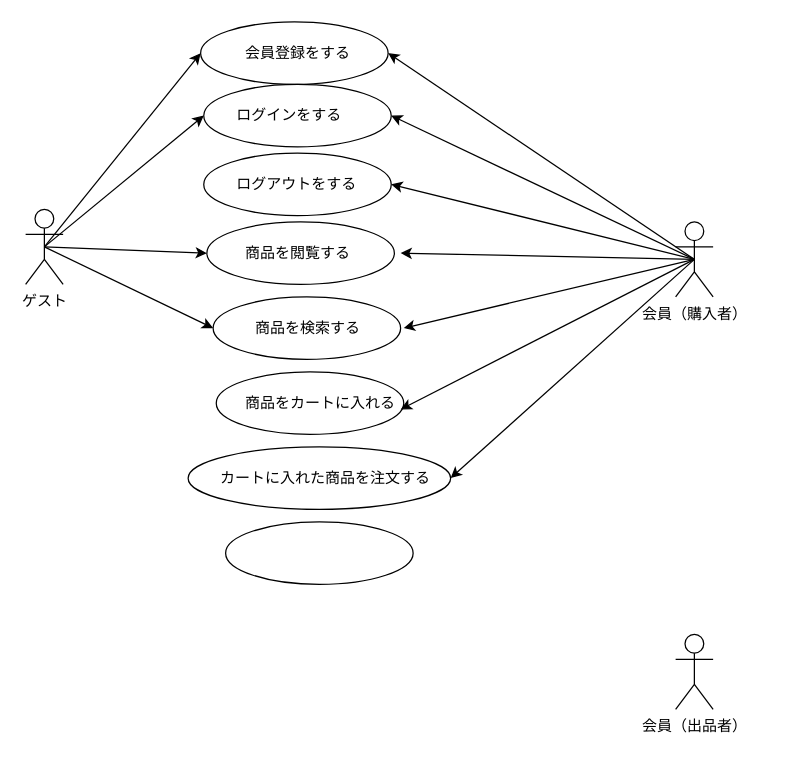
Ayumi1809/flea-market-app keeps this draw.io diagram as page "アクター" (1 of 2) of er.drawio. Above is the earlier version. Source tidied: cells renumbered, new cells numbered last; positions are measured from the earlier drawing's top-left corner, leaving out a move shared by most shapes. Both pictures are drawn from the tidied source at 125%, with x=0, y=0 at pixel (25, 21).
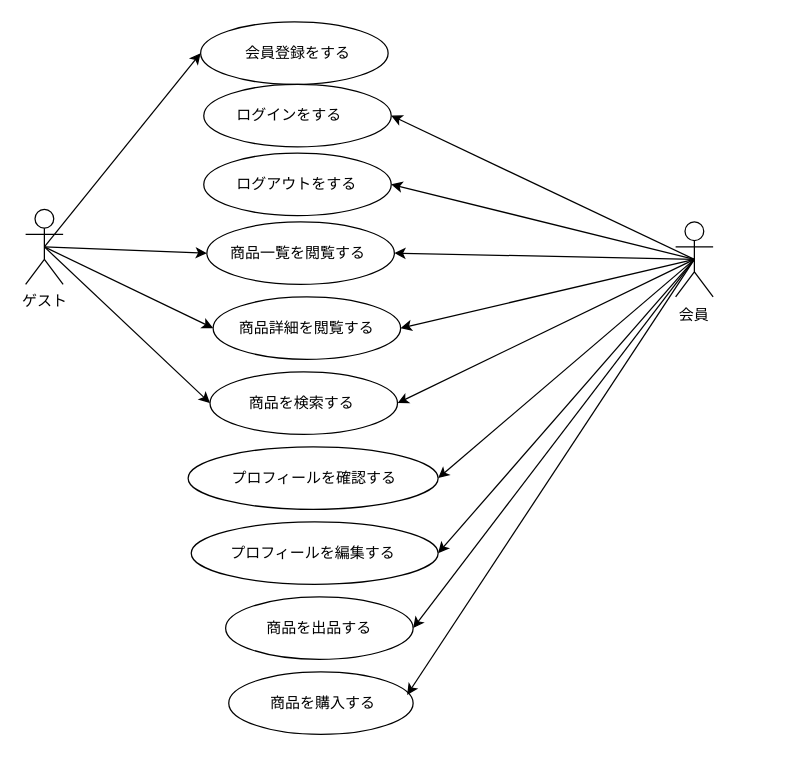
The same page after the edit.

Unchanged cells that the change refers to:
```xml
<mxCell id="7" value="ゲスト" style="shape=umlActor;verticalLabelPosition=bottom;verticalAlign=top;html=1;outlineConnect=0;" parent="1" vertex="1">
  <mxGeometry y="150" width="30" height="60" as="geometry" />
</mxCell>
<mxCell id="16" value="会員登録をする" style="text;strokeColor=none;fillColor=none;align=left;verticalAlign=middle;spacingLeft=4;spacingRight=4;overflow=hidden;points=[[0,0.5],[1,0.5]];portConstraint=eastwest;whiteSpace=wrap;html=1;" parent="1" vertex="1">
  <mxGeometry x="170" y="10" width="120" height="30" as="geometry" />
</mxCell>
<mxCell id="17" style="ellipse;whiteSpace=wrap;html=1;" parent="1" vertex="1">
  <mxGeometry x="142.5" y="50" width="150" height="50" as="geometry" />
</mxCell>
<mxCell id="19" style="ellipse;whiteSpace=wrap;html=1;" parent="1" vertex="1">
  <mxGeometry x="145" y="160" width="150" height="50" as="geometry" />
</mxCell>
<mxCell id="20" style="ellipse;whiteSpace=wrap;html=1;" parent="1" vertex="1">
  <mxGeometry x="150" y="220" width="150" height="50" as="geometry" />
</mxCell>
```

The edit, as a diff of the source:
```diff
@@
+    <mxCell id="31" style="ellipse;whiteSpace=wrap;html=1;" parent="1" vertex="1">
+      <mxGeometry x="160" y="460" width="150" height="50" as="geometry" />
+    </mxCell>
@@
-    <mxCell id="4" style="edgeStyle=none;html=1;exitX=0.5;exitY=0.5;exitDx=0;exitDy=0;exitPerimeter=0;entryX=0;entryY=0.5;entryDx=0;entryDy=0;" parent="1" edge="1" source="7" target="17">
-      <mxGeometry relative="1" as="geometry" />
-    </mxCell>
@@
+    <mxCell id="32" style="edgeStyle=none;html=1;exitX=0.5;exitY=0.5;exitDx=0;exitDy=0;exitPerimeter=0;entryX=0;entryY=0.5;entryDx=0;entryDy=0;" parent="1" edge="1" source="7" target="24">
+      <mxGeometry relative="1" as="geometry" />
+    </mxCell>
@@
-    <mxCell id="8" value="会員（出品者）" style="shape=umlActor;verticalLabelPosition=bottom;verticalAlign=top;html=1;" parent="1" vertex="1">
-      <mxGeometry x="520" y="490" width="30" height="60" as="geometry" />
-    </mxCell>
-    <mxCell id="9" style="edgeStyle=none;html=1;exitX=0.5;exitY=0.5;exitDx=0;exitDy=0;exitPerimeter=0;entryX=1;entryY=0.5;entryDx=0;entryDy=0;" parent="1" edge="1" source="15" target="16">
-      <mxGeometry relative="1" as="geometry" />
-    </mxCell>
@@
-    <mxCell id="12" style="edgeStyle=none;html=1;exitX=0.5;exitY=0.5;exitDx=0;exitDy=0;exitPerimeter=0;entryX=1;entryY=0.5;entryDx=0;entryDy=0;" parent="1" edge="1" source="15" target="23">
+    <mxCell id="12" style="edgeStyle=none;html=1;exitX=0.5;exitY=0.5;exitDx=0;exitDy=0;exitPerimeter=0;entryX=1;entryY=0.5;entryDx=0;entryDy=0;" parent="1" edge="1" source="15" target="19">
       <mxGeometry relative="1" as="geometry" />
     </mxCell>
+    <mxCell id="33" style="edgeStyle=none;html=1;exitX=0.5;exitY=0.5;exitDx=0;exitDy=0;exitPerimeter=0;entryX=1;entryY=0.5;entryDx=0;entryDy=0;" parent="1" edge="1" source="15" target="20">
+      <mxGeometry relative="1" as="geometry" />
+    </mxCell>
@@
-    <mxCell id="14" style="edgeStyle=none;html=1;exitX=0.5;exitY=0.5;exitDx=0;exitDy=0;exitPerimeter=0;entryX=1;entryY=0.5;entryDx=0;entryDy=0;" parent="1" edge="1" source="15" target="25">
-      <mxGeometry relative="1" as="geometry" />
-    </mxCell>
+    <mxCell id="34" style="edgeStyle=none;html=1;exitX=0.5;exitY=0.5;exitDx=0;exitDy=0;exitPerimeter=0;entryX=1;entryY=0.5;entryDx=0;entryDy=0;" parent="1" edge="1" source="15" target="29">
+      <mxGeometry relative="1" as="geometry" />
+    </mxCell>
+    <mxCell id="35" style="edgeStyle=none;html=1;exitX=0.5;exitY=0.5;exitDx=0;exitDy=0;exitPerimeter=0;entryX=1;entryY=0.5;entryDx=0;entryDy=0;" parent="1" edge="1" source="15" target="40">
+      <mxGeometry relative="1" as="geometry" />
+    </mxCell>
-    <mxCell id="15" value="会員（購入者）" style="shape=umlActor;verticalLabelPosition=bottom;verticalAlign=top;html=1;outlineConnect=0;" parent="1" vertex="1">
+    <mxCell id="15" style="shape=umlActor;verticalLabelPosition=bottom;verticalAlign=top;html=1;outlineConnect=0;" parent="1" vertex="1">
       <mxGeometry x="520" y="160" width="30" height="60" as="geometry" />
     </mxCell>
@@
-    <mxCell id="23" value="商品を閲覧する" style="text;strokeColor=none;fillColor=none;align=left;verticalAlign=middle;spacingLeft=4;spacingRight=4;overflow=hidden;points=[[0,0.5],[1,0.5]];portConstraint=eastwest;whiteSpace=wrap;html=1;" parent="1" vertex="1">
-      <mxGeometry x="170" y="170" width="130" height="30" as="geometry" />
+    <mxCell id="23" value="商品一覧を閲覧する" style="text;strokeColor=none;fillColor=none;align=left;verticalAlign=middle;spacingLeft=4;spacingRight=4;overflow=hidden;points=[[0,0.5],[1,0.5]];portConstraint=eastwest;whiteSpace=wrap;html=1;" parent="1" vertex="1">
+      <mxGeometry x="157.5" y="170" width="130" height="30" as="geometry" />
     </mxCell>
     <mxCell id="24" style="ellipse;whiteSpace=wrap;html=1;" parent="1" vertex="1">
-      <mxGeometry x="152.5" y="280" width="150" height="50" as="geometry" />
+      <mxGeometry x="147.5" y="280" width="150" height="50" as="geometry" />
     </mxCell>
     <mxCell id="25" style="ellipse;whiteSpace=wrap;html=1;" parent="1" vertex="1">
-      <mxGeometry x="130" y="340" width="210" height="50" as="geometry" />
+      <mxGeometry x="130" y="340" width="200" height="50" as="geometry" />
     </mxCell>
     <mxCell id="26" value="商品を検索する" style="text;strokeColor=none;fillColor=none;align=left;verticalAlign=middle;spacingLeft=4;spacingRight=4;overflow=hidden;points=[[0,0.5],[1,0.5]];portConstraint=eastwest;whiteSpace=wrap;html=1;" parent="1" vertex="1">
-      <mxGeometry x="177.5" y="230" width="125" height="30" as="geometry" />
+      <mxGeometry x="172.5" y="290" width="125" height="30" as="geometry" />
     </mxCell>
+    <mxCell id="29" style="ellipse;whiteSpace=wrap;html=1;" parent="1" vertex="1">
+      <mxGeometry x="132.5" y="400" width="197.5" height="50" as="geometry" />
+    </mxCell>
+    <mxCell id="36" value="商品詳細を閲覧する" style="text;html=1;align=center;verticalAlign=middle;whiteSpace=wrap;rounded=0;" parent="1" vertex="1">
+      <mxGeometry x="160" y="230" width="130" height="30" as="geometry" />
+    </mxCell>
+    <mxCell id="37" value="プロフィールを確認する" style="text;html=1;align=center;verticalAlign=middle;whiteSpace=wrap;rounded=0;" parent="1" vertex="1">
+      <mxGeometry x="146.2" y="350" width="170" height="30" as="geometry" />
+    </mxCell>
+    <mxCell id="38" value="プロフィールを編集する" style="text;html=1;align=center;verticalAlign=middle;whiteSpace=wrap;rounded=0;" parent="1" vertex="1">
+      <mxGeometry x="140" y="410" width="180" height="30" as="geometry" />
+    </mxCell>
+    <mxCell id="39" style="ellipse;whiteSpace=wrap;html=1;" parent="1" vertex="1">
+      <mxGeometry x="162.5" y="520" width="147.5" height="50" as="geometry" />
+    </mxCell>
+    <mxCell id="40" value="商品を出品する" style="text;html=1;align=center;verticalAlign=middle;whiteSpace=wrap;rounded=0;" parent="1" vertex="1">
+      <mxGeometry x="160" y="470" width="150" height="30" as="geometry" />
+    </mxCell>
-    <mxCell id="27" value="商品をカートに入れる" style="text;strokeColor=none;fillColor=none;align=left;verticalAlign=middle;spacingLeft=4;spacingRight=4;overflow=hidden;points=[[0,0.5],[1,0.5]];portConstraint=eastwest;whiteSpace=wrap;html=1;" parent="1" vertex="1">
-      <mxGeometry x="170" y="290" width="155" height="30" as="geometry" />
+    <mxCell id="27" value="商品を購入する" style="text;strokeColor=none;fillColor=none;align=left;verticalAlign=middle;spacingLeft=4;spacingRight=4;overflow=hidden;points=[[0,0.5],[1,0.5]];portConstraint=eastwest;whiteSpace=wrap;html=1;" parent="1" vertex="1">
+      <mxGeometry x="190" y="530" width="200" height="30" as="geometry" />
     </mxCell>
-    <mxCell id="28" value="カートに入れた商品を注文する" style="text;strokeColor=none;fillColor=none;align=left;verticalAlign=middle;spacingLeft=4;spacingRight=4;overflow=hidden;whiteSpace=wrap;html=1;" parent="1" vertex="1">
-      <mxGeometry x="150" y="350" width="177.5" height="30" as="geometry" />
-    </mxCell>
-    <mxCell id="29" style="ellipse;whiteSpace=wrap;html=1;" parent="1" vertex="1">
-      <mxGeometry x="160" y="400" width="150" height="50" as="geometry" />
-    </mxCell>
+    <mxCell id="14" style="edgeStyle=none;html=1;exitX=0.5;exitY=0.5;exitDx=0;exitDy=0;exitPerimeter=0;entryX=1;entryY=0.5;entryDx=0;entryDy=0;" parent="1" edge="1" source="15" target="25">
+      <mxGeometry relative="1" as="geometry" />
+    </mxCell>
+    <mxCell id="41" value="会員" style="text;html=1;align=center;verticalAlign=middle;whiteSpace=wrap;rounded=0;" parent="1" vertex="1">
+      <mxGeometry x="475" y="220" width="120" height="30" as="geometry" />
+    </mxCell>
-    <mxCell id="30" style="edgeStyle=none;html=1;exitX=0.5;exitY=0.5;exitDx=0;exitDy=0;exitPerimeter=0;entryX=0.839;entryY=0.667;entryDx=0;entryDy=0;entryPerimeter=0;" parent="1" edge="1" source="15" target="27">
+    <mxCell id="30" style="edgeStyle=none;html=1;exitX=0.5;exitY=0.5;exitDx=0;exitDy=0;exitPerimeter=0;entryX=0.576;entryY=0.28;entryDx=0;entryDy=0;entryPerimeter=0;" parent="1" edge="1" source="15" target="27">
       <mxGeometry relative="1" as="geometry" />
     </mxCell>
```
